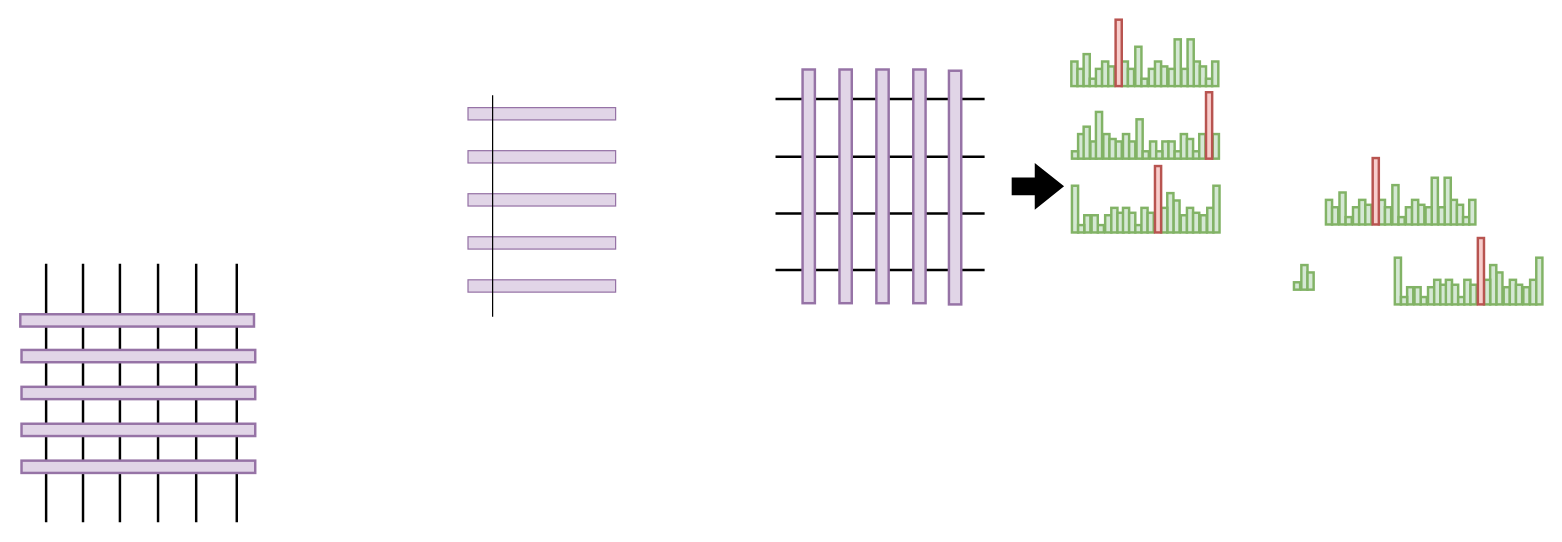
The draw.io diagram 复杂.drawio in chenjgui/Flow-chat, before the edit. Source tidied: cells renumbered, new cells numbered last; positions are measured from the earlier drawing's top-left corner, leaving out a move shared by most shapes. Both pictures are drawn from the tidied source at 123%, with x=0, y=0 at pixel (-49, 49).
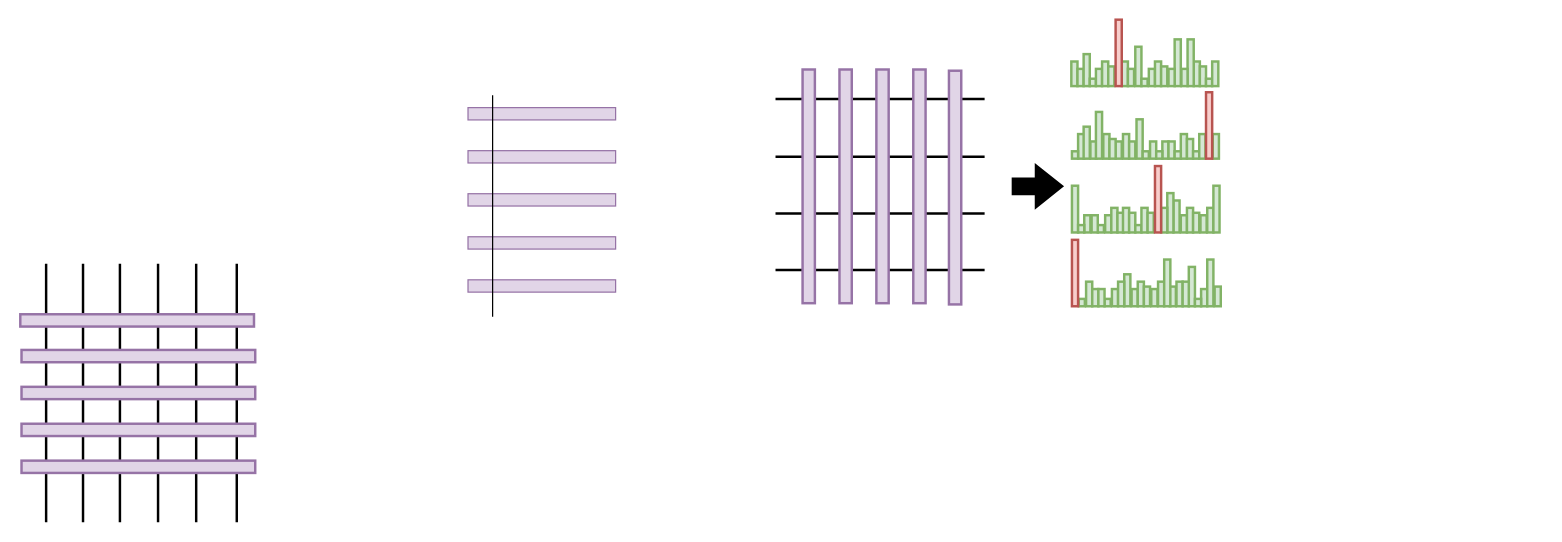
The same page after the edit.

Diff of the diagram source:
```diff
@@
-    <mxCell id="73" style="rounded=0;whiteSpace=wrap;html=1;fillColor=#d5e8d4;strokeColor=#82b366;rotation=-90;strokeWidth=2;" parent="1" vertex="1">
-      <mxGeometry x="1110" y="129.5" width="20" height="5" as="geometry" />
-    </mxCell>
-    <mxCell id="74" style="rounded=0;whiteSpace=wrap;html=1;fillColor=#d5e8d4;strokeColor=#82b366;rotation=-90;strokeWidth=2;" parent="1" vertex="1">
-      <mxGeometry x="1118" y="132.5" width="14" height="5" as="geometry" />
-    </mxCell>
-    <mxCell id="75" style="rounded=0;whiteSpace=wrap;html=1;fillColor=#d5e8d4;strokeColor=#82b366;rotation=-90;strokeWidth=2;" parent="1" vertex="1">
-      <mxGeometry x="1118" y="126.5" width="26" height="5" as="geometry" />
-    </mxCell>
-    <mxCell id="76" style="rounded=0;whiteSpace=wrap;html=1;fillColor=#d5e8d4;strokeColor=#82b366;rotation=-90;strokeWidth=2;" parent="1" vertex="1">
-      <mxGeometry x="1133" y="136.5" width="6" height="5" as="geometry" />
-    </mxCell>
-    <mxCell id="77" style="rounded=0;whiteSpace=wrap;html=1;fillColor=#d5e8d4;strokeColor=#82b366;rotation=-90;strokeWidth=2;" parent="1" vertex="1">
-      <mxGeometry x="1135" y="132.5" width="14" height="5" as="geometry" />
-    </mxCell>
-    <mxCell id="78" style="rounded=0;whiteSpace=wrap;html=1;fillColor=#d5e8d4;strokeColor=#82b366;rotation=-90;strokeWidth=2;" parent="1" vertex="1">
-      <mxGeometry x="1137" y="129.5" width="20" height="5" as="geometry" />
-    </mxCell>
-    <mxCell id="79" style="rounded=0;whiteSpace=wrap;html=1;fillColor=#d5e8d4;strokeColor=#82b366;rotation=-90;strokeWidth=2;" parent="1" vertex="1">
-      <mxGeometry x="1144" y="131.5" width="16" height="5" as="geometry" />
-    </mxCell>
-    <mxCell id="80" style="rounded=0;whiteSpace=wrap;html=1;fillColor=#d5e8d4;strokeColor=#82b366;rotation=-90;strokeWidth=2;" parent="1" vertex="1">
-      <mxGeometry x="1153" y="129.5" width="20" height="5" as="geometry" />
-    </mxCell>
-    <mxCell id="81" style="rounded=0;whiteSpace=wrap;html=1;fillColor=#d5e8d4;strokeColor=#82b366;rotation=-90;strokeWidth=2;" parent="1" vertex="1">
-      <mxGeometry x="1161" y="132.5" width="14" height="5" as="geometry" />
-    </mxCell>
-    <mxCell id="82" style="rounded=0;whiteSpace=wrap;html=1;fillColor=#d5e8d4;strokeColor=#82b366;rotation=-90;strokeWidth=2;" parent="1" vertex="1">
-      <mxGeometry x="1158" y="123.5" width="32" height="5" as="geometry" />
-    </mxCell>
-    <mxCell id="83" style="rounded=0;whiteSpace=wrap;html=1;fillColor=#d5e8d4;strokeColor=#82b366;rotation=-90;strokeWidth=2;" parent="1" vertex="1">
-      <mxGeometry x="1176" y="136.5" width="6" height="5" as="geometry" />
-    </mxCell>
-    <mxCell id="84" style="rounded=0;whiteSpace=wrap;html=1;fillColor=#d5e8d4;strokeColor=#82b366;rotation=-90;strokeWidth=2;" parent="1" vertex="1">
-      <mxGeometry x="1178" y="132.5" width="14" height="5" as="geometry" />
-    </mxCell>
-    <mxCell id="85" style="rounded=0;whiteSpace=wrap;html=1;fillColor=#d5e8d4;strokeColor=#82b366;rotation=-90;strokeWidth=2;" parent="1" vertex="1">
-      <mxGeometry x="1180" y="129.5" width="20" height="5" as="geometry" />
-    </mxCell>
-    <mxCell id="86" style="rounded=0;whiteSpace=wrap;html=1;fillColor=#d5e8d4;strokeColor=#82b366;rotation=-90;strokeWidth=2;" parent="1" vertex="1">
-      <mxGeometry x="1187" y="120.5" width="38" height="5" as="geometry" />
-    </mxCell>
-    <mxCell id="87" style="rounded=0;whiteSpace=wrap;html=1;fillColor=#d5e8d4;strokeColor=#82b366;rotation=-90;strokeWidth=2;" parent="1" vertex="1">
-      <mxGeometry x="1187" y="131.5" width="16" height="5" as="geometry" />
-    </mxCell>
-    <mxCell id="88" style="rounded=0;whiteSpace=wrap;html=1;fillColor=#d5e8d4;strokeColor=#82b366;rotation=-90;strokeWidth=2;" parent="1" vertex="1">
-      <mxGeometry x="1194" y="132.5" width="14" height="5" as="geometry" />
-    </mxCell>
-    <mxCell id="89" style="rounded=0;whiteSpace=wrap;html=1;fillColor=#f8cecc;strokeColor=#b85450;rotation=-90;strokeWidth=2;" parent="1" vertex="1">
-      <mxGeometry x="1131" y="112.5" width="54" height="5" as="geometry" />
-    </mxCell>
-    <mxCell id="90" style="rounded=0;whiteSpace=wrap;html=1;fillColor=#d5e8d4;strokeColor=#82b366;rotation=-90;strokeWidth=2;" parent="1" vertex="1">
-      <mxGeometry x="1211.5" y="129.5" width="20" height="5" as="geometry" />
-    </mxCell>
-    <mxCell id="91" style="rounded=0;whiteSpace=wrap;html=1;fillColor=#d5e8d4;strokeColor=#82b366;rotation=-90;strokeWidth=2;" parent="1" vertex="1">
-      <mxGeometry x="1197.5" y="120.5" width="38" height="5" as="geometry" />
-    </mxCell>
-    <mxCell id="92" style="rounded=0;whiteSpace=wrap;html=1;fillColor=#d5e8d4;strokeColor=#82b366;rotation=-90;strokeWidth=2;" parent="1" vertex="1">
-      <mxGeometry x="1218.5" y="131.5" width="16" height="5" as="geometry" />
-    </mxCell>
-    <mxCell id="93" style="rounded=0;whiteSpace=wrap;html=1;fillColor=#d5e8d4;strokeColor=#82b366;rotation=-90;strokeWidth=2;" parent="1" vertex="1">
-      <mxGeometry x="1204.5" y="132.5" width="14" height="5" as="geometry" />
-    </mxCell>
-    <mxCell id="94" style="rounded=0;whiteSpace=wrap;html=1;fillColor=#d5e8d4;strokeColor=#82b366;rotation=-90;strokeWidth=2;" parent="1" vertex="1">
-      <mxGeometry x="1228.5" y="136.5" width="6" height="5" as="geometry" />
-    </mxCell>
-    <mxCell id="95" style="rounded=0;whiteSpace=wrap;html=1;fillColor=#d5e8d4;strokeColor=#82b366;rotation=-90;strokeWidth=2;" parent="1" vertex="1">
-      <mxGeometry x="1226.5" y="129.5" width="20" height="5" as="geometry" />
-    </mxCell>
@@
     <mxCell id="99" style="rounded=0;whiteSpace=wrap;html=1;fillColor=#d5e8d4;strokeColor=#82b366;rotation=-90;strokeWidth=2;" parent="1" vertex="1">
-      <mxGeometry x="1276" y="194.5" width="20" height="5" as="geometry" />
+      <mxGeometry x="973.5" y="196" width="20" height="5" as="geometry" />
     </mxCell>
     <mxCell id="100" style="rounded=0;whiteSpace=wrap;html=1;fillColor=#d5e8d4;strokeColor=#82b366;rotation=-90;strokeWidth=2;" parent="1" vertex="1">
-      <mxGeometry x="1179" y="197.5" width="14" height="5" as="geometry" />
+      <mxGeometry x="1011.5" y="199" width="14" height="5" as="geometry" />
     </mxCell>
     <mxCell id="101" style="rounded=0;whiteSpace=wrap;html=1;fillColor=#d5e8d4;strokeColor=#82b366;rotation=-90;strokeWidth=2;" parent="1" vertex="1">
-      <mxGeometry x="1245.5" y="191.5" width="26" height="5" as="geometry" />
+      <mxGeometry x="943" y="193" width="26" height="5" as="geometry" />
     </mxCell>
     <mxCell id="102" style="rounded=0;whiteSpace=wrap;html=1;fillColor=#d5e8d4;strokeColor=#82b366;rotation=-90;strokeWidth=2;" parent="1" vertex="1">
-      <mxGeometry x="1194" y="201.5" width="6" height="5" as="geometry" />
+      <mxGeometry x="937" y="203" width="6" height="5" as="geometry" />
     </mxCell>
     <mxCell id="103" style="rounded=0;whiteSpace=wrap;html=1;fillColor=#d5e8d4;strokeColor=#82b366;rotation=-90;strokeWidth=2;" parent="1" vertex="1">
-      <mxGeometry x="1196" y="197.5" width="14" height="5" as="geometry" />
+      <mxGeometry x="939" y="199" width="14" height="5" as="geometry" />
     </mxCell>
     <mxCell id="104" style="rounded=0;whiteSpace=wrap;html=1;fillColor=#d5e8d4;strokeColor=#82b366;rotation=-90;strokeWidth=2;" parent="1" vertex="1">
-      <mxGeometry x="1198" y="194.5" width="20" height="5" as="geometry" />
+      <mxGeometry x="941" y="196" width="20" height="5" as="geometry" />
     </mxCell>
     <mxCell id="105" style="rounded=0;whiteSpace=wrap;html=1;fillColor=#d5e8d4;strokeColor=#82b366;rotation=-90;strokeWidth=2;" parent="1" vertex="1">
-      <mxGeometry x="1205" y="196.5" width="16" height="5" as="geometry" />
+      <mxGeometry x="985" y="198" width="16" height="5" as="geometry" />
     </mxCell>
     <mxCell id="106" style="rounded=0;whiteSpace=wrap;html=1;fillColor=#d5e8d4;strokeColor=#82b366;rotation=-90;strokeWidth=2;" parent="1" vertex="1">
-      <mxGeometry x="1090" y="182.5" width="20" height="5" as="geometry" />
+      <mxGeometry x="915" y="196" width="20" height="5" as="geometry" />
     </mxCell>
     <mxCell id="107" style="rounded=0;whiteSpace=wrap;html=1;fillColor=#d5e8d4;strokeColor=#82b366;rotation=-90;strokeWidth=2;" parent="1" vertex="1">
-      <mxGeometry x="1098" y="185.5" width="14" height="5" as="geometry" />
+      <mxGeometry x="923" y="199" width="14" height="5" as="geometry" />
     </mxCell>
     <mxCell id="108" style="rounded=0;whiteSpace=wrap;html=1;fillColor=#d5e8d4;strokeColor=#82b366;rotation=-90;strokeWidth=2;" parent="1" vertex="1">
-      <mxGeometry x="1237.5" y="188.5" width="32" height="5" as="geometry" />
+      <mxGeometry x="992.5" y="190" width="32" height="5" as="geometry" />
     </mxCell>
     <mxCell id="109" style="rounded=0;whiteSpace=wrap;html=1;fillColor=#d5e8d4;strokeColor=#82b366;rotation=-90;strokeWidth=2;" parent="1" vertex="1">
-      <mxGeometry x="1091" y="189.5" width="6" height="5" as="geometry" />
+      <mxGeometry x="916" y="203" width="6" height="5" as="geometry" />
     </mxCell>
     <mxCell id="110" style="rounded=0;whiteSpace=wrap;html=1;fillColor=#d5e8d4;strokeColor=#82b366;rotation=-90;strokeWidth=2;" parent="1" vertex="1">
-      <mxGeometry x="1257.5" y="197.5" width="14" height="5" as="geometry" />
+      <mxGeometry x="955" y="199" width="14" height="5" as="geometry" />
     </mxCell>
     <mxCell id="111" style="rounded=0;whiteSpace=wrap;html=1;fillColor=#d5e8d4;strokeColor=#82b366;rotation=-90;strokeWidth=2;" parent="1" vertex="1">
-      <mxGeometry x="1259.5" y="194.5" width="20" height="5" as="geometry" />
+      <mxGeometry x="957" y="196" width="20" height="5" as="geometry" />
     </mxCell>
     <mxCell id="112" style="rounded=0;whiteSpace=wrap;html=1;fillColor=#d5e8d4;strokeColor=#82b366;rotation=-90;strokeWidth=2;" parent="1" vertex="1">
-      <mxGeometry x="1157" y="185.5" width="38" height="5" as="geometry" />
+      <mxGeometry x="1004.5" y="187" width="38" height="5" as="geometry" />
     </mxCell>
     <mxCell id="113" style="rounded=0;whiteSpace=wrap;html=1;fillColor=#d5e8d4;strokeColor=#82b366;rotation=-90;strokeWidth=2;" parent="1" vertex="1">
-      <mxGeometry x="1266.5" y="196.5" width="16" height="5" as="geometry" />
+      <mxGeometry x="964" y="198" width="16" height="5" as="geometry" />
     </mxCell>
     <mxCell id="114" style="rounded=0;whiteSpace=wrap;html=1;fillColor=#d5e8d4;strokeColor=#82b366;rotation=-90;strokeWidth=2;" parent="1" vertex="1">
-      <mxGeometry x="1273.5" y="197.5" width="14" height="5" as="geometry" />
+      <mxGeometry x="971" y="199" width="14" height="5" as="geometry" />
     </mxCell>
     <mxCell id="115" style="rounded=0;whiteSpace=wrap;html=1;fillColor=#d5e8d4;strokeColor=#82b366;rotation=-90;strokeWidth=2;" parent="1" vertex="1">
-      <mxGeometry x="1207.5" y="194.5" width="20" height="5" as="geometry" />
+      <mxGeometry x="988.5" y="196" width="20" height="5" as="geometry" />
     </mxCell>
     <mxCell id="116" style="rounded=0;whiteSpace=wrap;html=1;fillColor=#d5e8d4;strokeColor=#82b366;rotation=-90;strokeWidth=2;" parent="1" vertex="1">
-      <mxGeometry x="1272" y="185.5" width="38" height="5" as="geometry" />
+      <mxGeometry x="969.5" y="187" width="38" height="5" as="geometry" />
     </mxCell>
     <mxCell id="117" style="rounded=0;whiteSpace=wrap;html=1;fillColor=#d5e8d4;strokeColor=#82b366;rotation=-90;strokeWidth=2;" parent="1" vertex="1">
-      <mxGeometry x="1214.5" y="196.5" width="16" height="5" as="geometry" />
+      <mxGeometry x="1021.5" y="198" width="16" height="5" as="geometry" />
     </mxCell>
     <mxCell id="118" style="rounded=0;whiteSpace=wrap;html=1;fillColor=#d5e8d4;strokeColor=#82b366;rotation=-90;strokeWidth=2;" parent="1" vertex="1">
-      <mxGeometry x="1185" y="197.5" width="14" height="5" as="geometry" />
+      <mxGeometry x="928" y="199" width="14" height="5" as="geometry" />
     </mxCell>
-    <mxCell id="119" style="rounded=0;whiteSpace=wrap;html=1;fillColor=#d5e8d4;strokeColor=#82b366;rotation=-90;strokeWidth=2;" parent="1" vertex="1">
-      <mxGeometry x="1224.5" y="201.5" width="6" height="5" as="geometry" />
-    </mxCell>
-    <mxCell id="120" style="rounded=0;whiteSpace=wrap;html=1;fillColor=#d5e8d4;strokeColor=#82b366;rotation=-90;strokeWidth=2;" parent="1" vertex="1">
-      <mxGeometry x="1222.5" y="194.5" width="20" height="5" as="geometry" />
-    </mxCell>
     <mxCell id="121" style="rounded=0;whiteSpace=wrap;html=1;fillColor=#d5e8d4;strokeColor=#82b366;rotation=-90;strokeWidth=2;" parent="1" vertex="1">
-      <mxGeometry x="1178" y="201.5" width="6" height="5" as="geometry" />
+      <mxGeometry x="1010.5" y="203" width="6" height="5" as="geometry" />
     </mxCell>
-    <mxCell id="122" style="rounded=0;whiteSpace=wrap;html=1;fillColor=#d5e8d4;strokeColor=#82b366;rotation=-90;strokeWidth=2;" parent="1" vertex="1">
-      <mxGeometry x="1229.5" y="196.5" width="16" height="5" as="geometry" />
-    </mxCell>
     <mxCell id="123" style="rounded=0;whiteSpace=wrap;html=1;fillColor=#d5e8d4;strokeColor=#82b366;rotation=-90;strokeWidth=2;" parent="1" vertex="1">
-      <mxGeometry x="1238.5" y="194.5" width="20" height="5" as="geometry" />
+      <mxGeometry x="993.5" y="196" width="20" height="5" as="geometry" />
     </mxCell>
     <mxCell id="124" style="rounded=0;whiteSpace=wrap;html=1;fillColor=#f8cecc;strokeColor=#b85450;rotation=-90;strokeWidth=2;" parent="1" vertex="1">
-      <mxGeometry x="1216.5" y="177.5" width="54" height="5" as="geometry" />
+      <mxGeometry x="886.5" y="179" width="54" height="5" as="geometry" />
     </mxCell>
```
